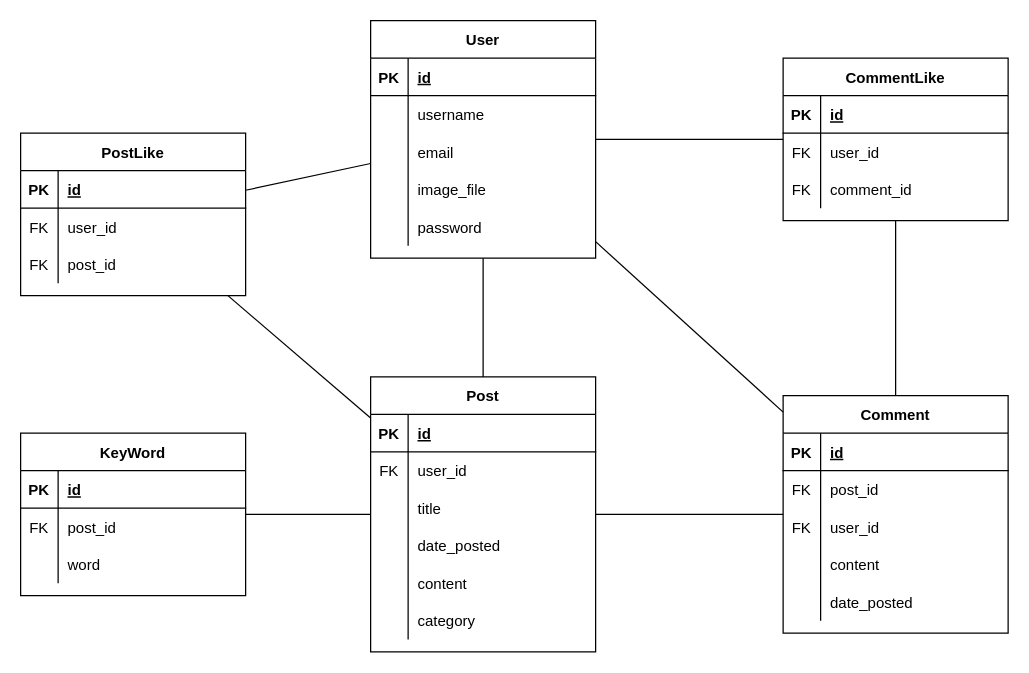
This is model.drawio from xpetrov/nove_media, a draw.io file, before an edit. Source tidied: cells renumbered, new cells numbered last; positions are measured from the earlier drawing's top-left corner, leaving out a move shared by most shapes. Both pictures are drawn from the tidied source at 125%, with x=0, y=0 at pixel (20, 20).
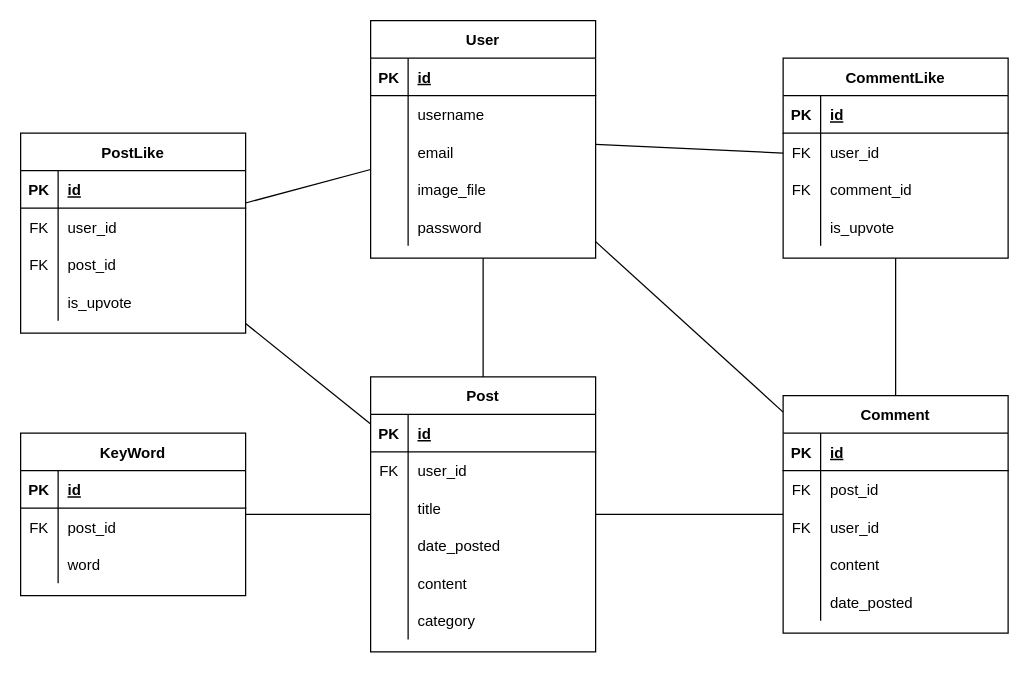
After the change.

Diff of the diagram source:
```diff
@@
     <mxCell id="53" value="CommentLike" style="shape=table;startSize=30;childLayout=tableLayout;rowLines=0;fontStyle=1;align=center;" parent="1" vertex="1">
-      <mxGeometry x="610" y="30" width="180" height="130" as="geometry" />
+      <mxGeometry x="610" y="30" width="180" height="160" as="geometry" />
     </mxCell>
@@
+    <mxCell id="91" style="shape=partialRectangle;fillColor=none;top=0;left=0;bottom=0;right=0;" parent="53" vertex="1">
+      <mxGeometry y="120" width="180" height="30" as="geometry" />
+    </mxCell>
+    <mxCell id="92" style="shape=partialRectangle;fillColor=none;top=0;left=0;bottom=0;right=0;overflow=hidden;" parent="91" vertex="1">
+      <mxGeometry width="30" height="30" as="geometry" />
+    </mxCell>
+    <mxCell id="93" value="is_upvote" style="shape=partialRectangle;fillColor=none;top=0;left=0;bottom=0;right=0;align=left;spacingLeft=6;overflow=hidden;" parent="91" vertex="1">
+      <mxGeometry x="30" width="150" height="30" as="geometry" />
+    </mxCell>
@@
     <mxCell id="68" value="PostLike" style="shape=table;startSize=30;childLayout=tableLayout;rowLines=0;fontStyle=1;align=center;" parent="1" vertex="1">
-      <mxGeometry y="90" width="180" height="130" as="geometry" />
+      <mxGeometry y="90" width="180" height="160" as="geometry" />
     </mxCell>
@@
+    <mxCell id="94" style="shape=partialRectangle;fillColor=none;top=0;left=0;bottom=0;right=0;" parent="68" vertex="1">
+      <mxGeometry y="120" width="180" height="30" as="geometry" />
+    </mxCell>
+    <mxCell id="95" style="shape=partialRectangle;fillColor=none;top=0;left=0;bottom=0;right=0;overflow=hidden;" parent="94" vertex="1">
+      <mxGeometry width="30" height="30" as="geometry" />
+    </mxCell>
+    <mxCell id="96" value="is_upvote" style="shape=partialRectangle;fillColor=none;top=0;left=0;bottom=0;right=0;align=left;spacingLeft=6;overflow=hidden;" parent="94" vertex="1">
+      <mxGeometry x="30" width="150" height="30" as="geometry" />
+    </mxCell>
```
